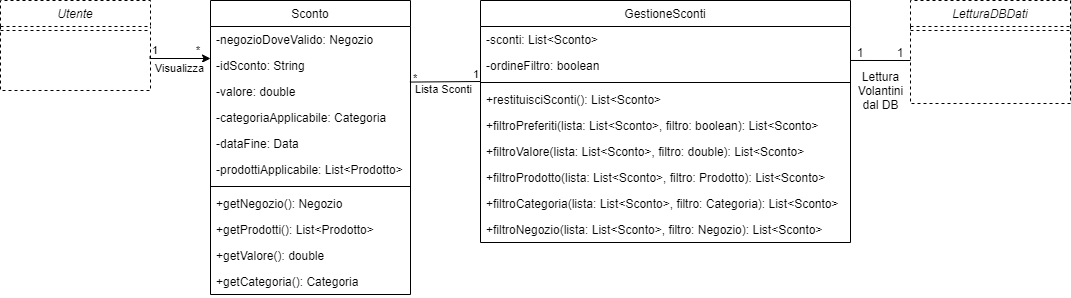
Above: UML/DiagrammaClassiSconti.png in G15-UniTN/iSpesa (draw.io), before the change. Source tidied: cells renumbered, new cells last; positions are measured from the earlier drawing's top-left corner, leaving out a move shared by most shapes.
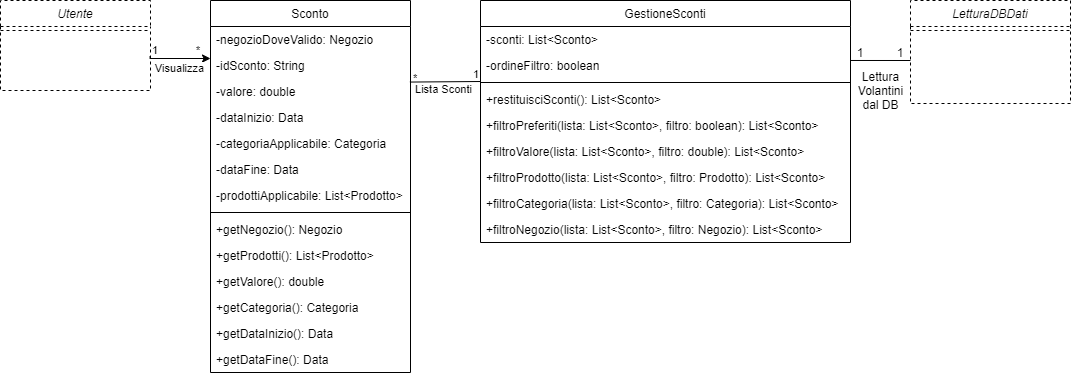
After the change.

What changed in the source:
```diff
@@ -3,7 +3,7 @@
     <mxCell id="0" />
     <mxCell id="1" parent="0" />
     <mxCell id="2" value="Sconto" style="swimlane;fontStyle=0;align=center;verticalAlign=top;horizontal=1;startSize=26;rounded=0;shadow=0;strokeWidth=1;" parent="1" vertex="1">
-      <mxGeometry x="210" y="44" width="200" height="294" as="geometry" />
+      <mxGeometry x="210" y="44" width="200" height="372" as="geometry" />
     </mxCell>
     <mxCell id="3" value="-negozioDoveValido: Negozio" style="text;align=left;verticalAlign=top;spacingLeft=4;spacingRight=4;overflow=hidden;" parent="2" vertex="1">
       <mxGeometry y="26" width="200" height="26" as="geometry" />
@@ -14,30 +14,39 @@
     <mxCell id="5" value="-valore: double" style="text;align=left;verticalAlign=top;spacingLeft=4;spacingRight=4;overflow=hidden;points=[[0,0.5],[1,0.5]];portConstraint=eastwest;" parent="2" vertex="1">
       <mxGeometry y="78" width="200" height="26" as="geometry" />
     </mxCell>
+    <mxCell id="40" value="-dataInizio: Data" style="text;align=left;verticalAlign=top;spacingLeft=4;spacingRight=4;overflow=hidden;rounded=0;shadow=0;html=0;" parent="2" vertex="1">
+      <mxGeometry y="104" width="200" height="26" as="geometry" />
+    </mxCell>
     <mxCell id="6" value="-categoriaApplicabile: Categoria" style="text;align=left;verticalAlign=top;spacingLeft=4;spacingRight=4;overflow=hidden;" parent="2" vertex="1">
-      <mxGeometry y="104" width="200" height="26" as="geometry" />
+      <mxGeometry y="130" width="200" height="26" as="geometry" />
     </mxCell>
     <mxCell id="7" value="-dataFine: Data" style="text;align=left;verticalAlign=top;spacingLeft=4;spacingRight=4;overflow=hidden;rounded=0;shadow=0;html=0;" parent="2" vertex="1">
-      <mxGeometry y="130" width="200" height="26" as="geometry" />
+      <mxGeometry y="156" width="200" height="26" as="geometry" />
     </mxCell>
     <mxCell id="8" value="-prodottiApplicabile: List&lt;Prodotto&gt;" style="text;align=left;verticalAlign=top;spacingLeft=4;spacingRight=4;overflow=hidden;" parent="2" vertex="1">
-      <mxGeometry y="156" width="200" height="26" as="geometry" />
+      <mxGeometry y="182" width="200" height="26" as="geometry" />
     </mxCell>
     <mxCell id="9" style="line;html=1;strokeWidth=1;align=left;verticalAlign=middle;spacingTop=-1;spacingLeft=3;spacingRight=3;labelPosition=right;" parent="2" vertex="1">
-      <mxGeometry y="182" width="200" height="8" as="geometry" />
+      <mxGeometry y="208" width="200" height="8" as="geometry" />
     </mxCell>
     <mxCell id="10" value="+getNegozio(): Negozio" style="text;align=left;verticalAlign=top;spacingLeft=4;spacingRight=4;overflow=hidden;" parent="2" vertex="1">
-      <mxGeometry y="190" width="200" height="26" as="geometry" />
+      <mxGeometry y="216" width="200" height="26" as="geometry" />
     </mxCell>
     <mxCell id="11" value="+getProdotti(): List&lt;Prodotto&gt;" style="text;align=left;verticalAlign=top;spacingLeft=4;spacingRight=4;overflow=hidden;" parent="2" vertex="1">
-      <mxGeometry y="216" width="200" height="26" as="geometry" />
+      <mxGeometry y="242" width="200" height="26" as="geometry" />
     </mxCell>
     <mxCell id="12" value="+getValore(): double" style="text;align=left;verticalAlign=top;spacingLeft=4;spacingRight=4;overflow=hidden;" parent="2" vertex="1">
-      <mxGeometry y="242" width="200" height="26" as="geometry" />
+      <mxGeometry y="268" width="200" height="26" as="geometry" />
     </mxCell>
     <mxCell id="13" value="+getCategoria(): Categoria" style="text;align=left;verticalAlign=top;spacingLeft=4;spacingRight=4;overflow=hidden;" parent="2" vertex="1">
-      <mxGeometry y="268" width="200" height="26" as="geometry" />
+      <mxGeometry y="294" width="200" height="26" as="geometry" />
     </mxCell>
+    <mxCell id="41" value="+getDataInizio(): Data" style="text;align=left;verticalAlign=top;spacingLeft=4;spacingRight=4;overflow=hidden;" parent="2" vertex="1">
+      <mxGeometry y="320" width="200" height="26" as="geometry" />
+    </mxCell>
+    <mxCell id="42" value="+getDataFine(): Data" style="text;align=left;verticalAlign=top;spacingLeft=4;spacingRight=4;overflow=hidden;" parent="2" vertex="1">
+      <mxGeometry y="346" width="200" height="26" as="geometry" />
+    </mxCell>
     <mxCell id="14" value="GestioneSconti" style="swimlane;fontStyle=0;align=center;verticalAlign=top;horizontal=1;startSize=26;rounded=0;shadow=0;strokeWidth=1;" parent="1" vertex="1">
       <mxGeometry x="480" y="44" width="370" height="242" as="geometry" />
     </mxCell>
```
